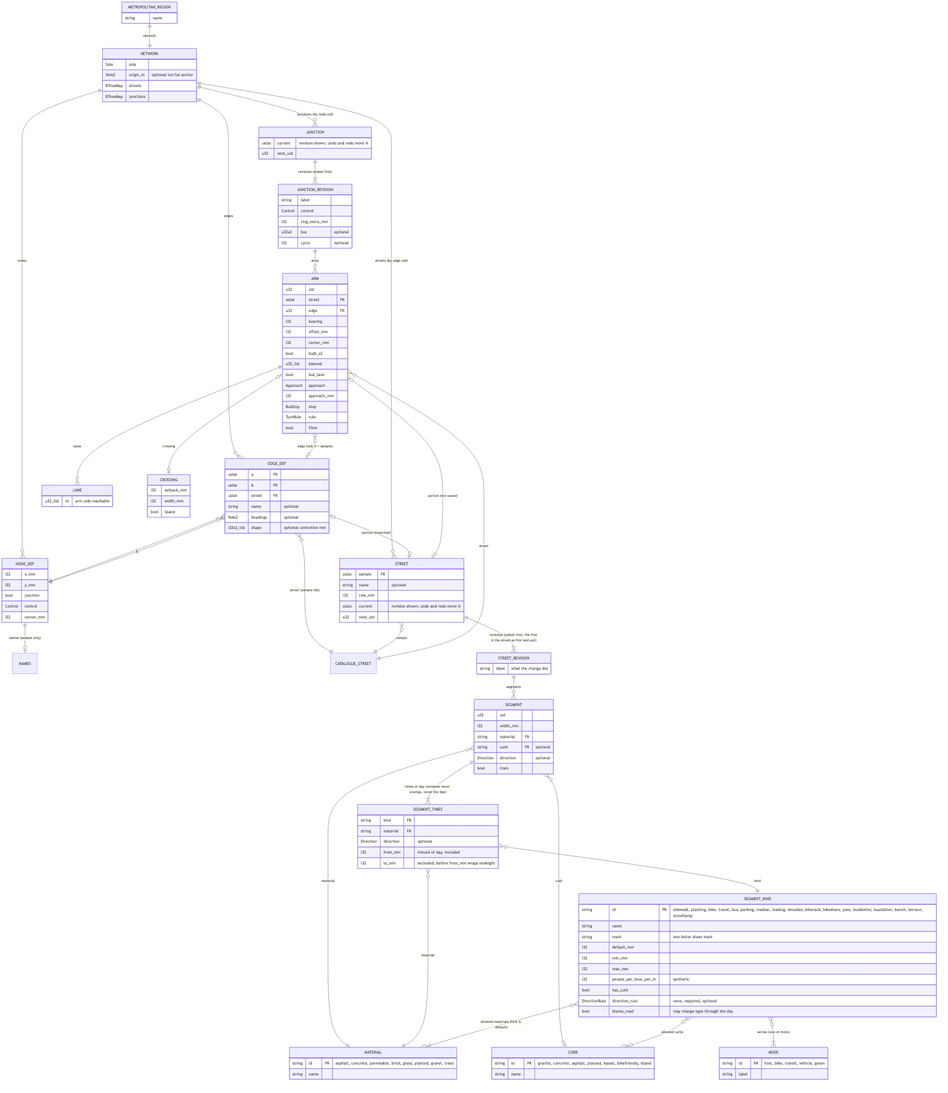
Earlier version of the Mermaid export docs/erd.png (alandovskis/cityloom). Its source is kept beside it as docs/erd.mmd.
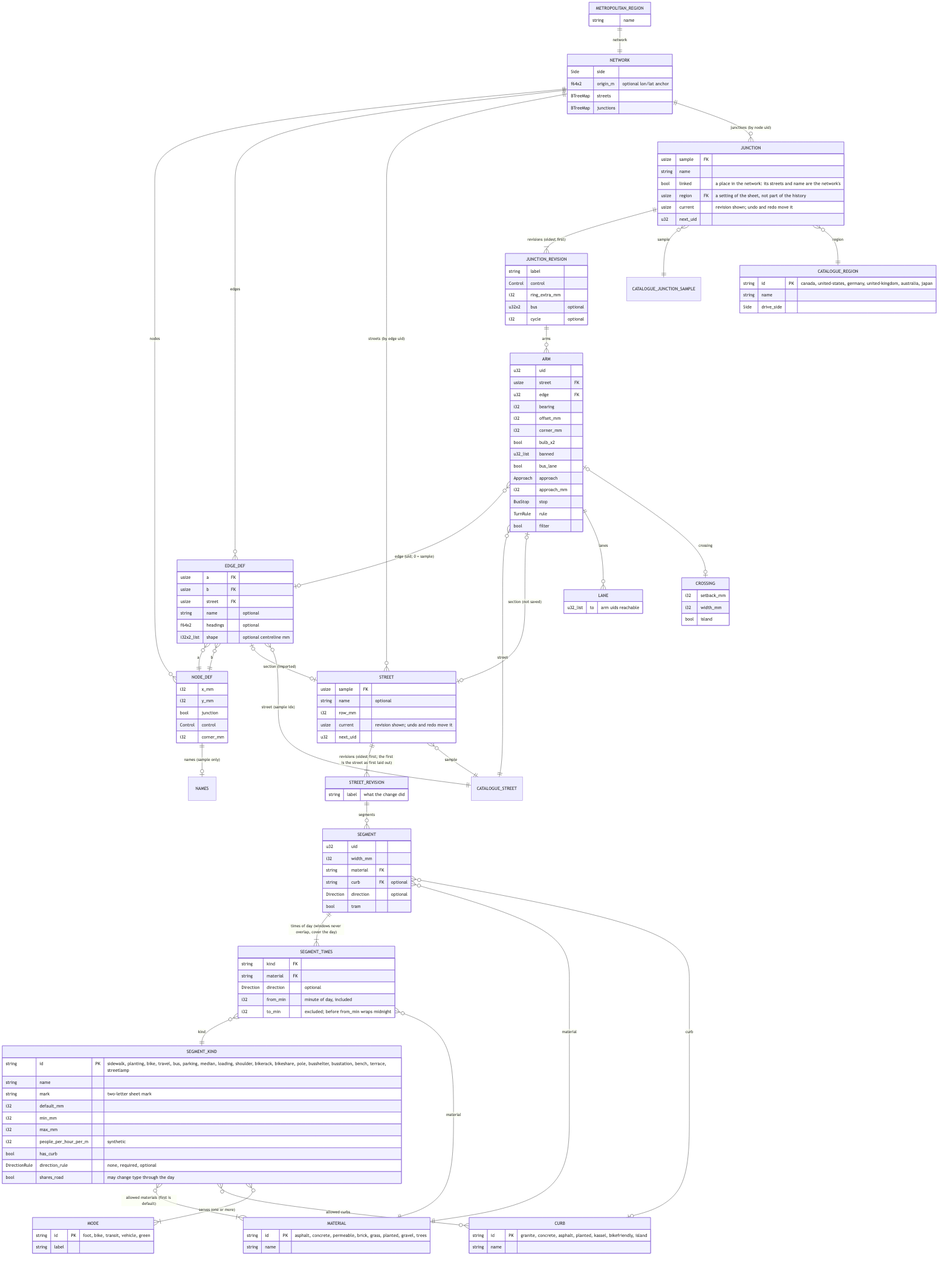
Above is the later version.

Commit message:
docs(erd): the junction keeps its sample, name, link flag and region

The edit, as a diff of the source:
```diff
@@ -6,6 +6,8 @@
     NETWORK ||--o{ STREET : "streets (by edge uid)"
     NETWORK ||--o{ JUNCTION : "junctions (by node uid)"
     JUNCTION ||--|{ JUNCTION_REVISION : "revisions (oldest first)"
+    JUNCTION }o--|| CATALOGUE_JUNCTION_SAMPLE : sample
+    JUNCTION }o--|| CATALOGUE_REGION : region
     NODE_DEF ||--o| NAMES : "names (sample only)"
     EDGE_DEF }o--|| NODE_DEF : "a"
     EDGE_DEF }o--|| NODE_DEF : "b"
@@ -104,7 +106,16 @@
         string id PK "granite, concrete, asphalt, planted, kassel, bikefriendly, island"
         string name
     }
+    CATALOGUE_REGION {
+        string id PK "canada, united-states, germany, united-kingdom, australia, japan"
+        string name
+        Side drive_side
+    }
     JUNCTION {
+        usize sample FK
+        string name
+        bool linked "a place in the network: its streets and name are the network's"
+        usize region FK "a setting of the sheet, not part of the history"
         usize current "revision shown; undo and redo move it"
         u32 next_uid
     }
```
